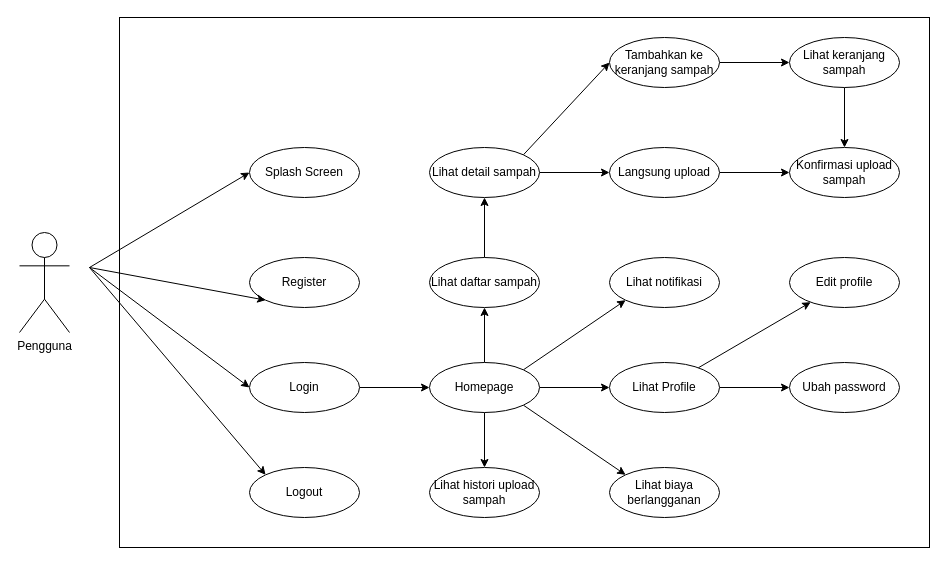
Before: Skripsi - Use case.drawio in ndhruine/Diagram, a draw.io diagram. Source tidied: cells renumbered, new cells numbered last; positions are measured from the earlier drawing's top-left corner, leaving out a move shared by most shapes. Both pictures are drawn from the tidied source at 100%, with x=0, y=0 at pixel (19, 17).
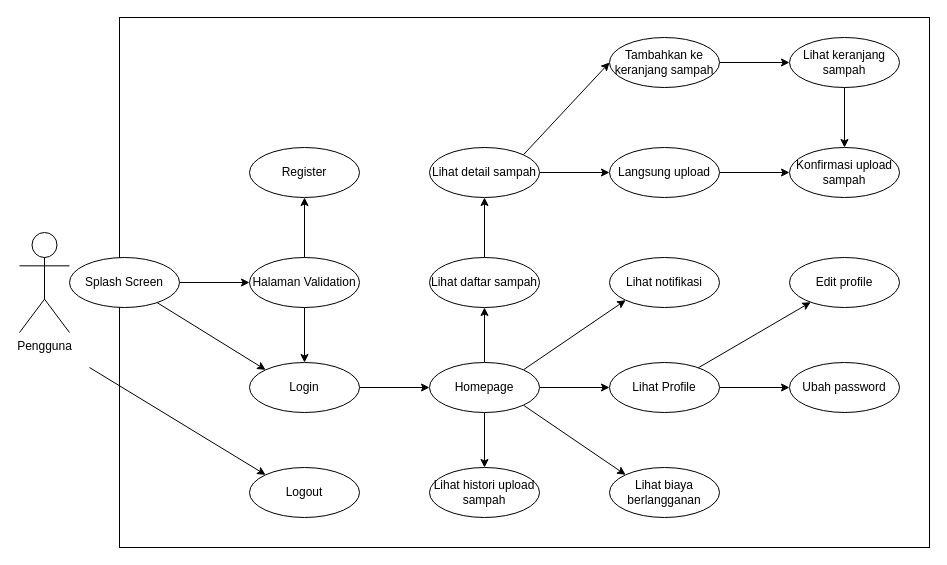
Above is the later version.

The change refers to these unchanged cells:
```xml
<mxCell id="8" value="Login" style="ellipse;whiteSpace=wrap;html=1;" parent="1" vertex="1">
  <mxGeometry x="230" y="345" width="110" height="50" as="geometry" />
</mxCell>
<mxCell id="32" value="Logout" style="ellipse;whiteSpace=wrap;html=1;" parent="1" vertex="1">
  <mxGeometry x="230" y="450" width="110" height="50" as="geometry" />
</mxCell>
```

What changed in the source:
```diff
@@
-    <mxCell id="3" style="rounded=0;jettySize=auto;html=1;entryX=0;entryY=0.5;entryDx=0;entryDy=0;" parent="1" edge="1" target="8">
-      <mxGeometry relative="1" as="geometry">
-        <mxPoint x="70" y="250" as="sourcePoint" />
-      </mxGeometry>
-    </mxCell>
@@
     <mxCell id="33" style="endArrow=classic;html=1;rounded=0;entryX=0;entryY=0;entryDx=0;entryDy=0;" parent="1" edge="1" target="32">
       <mxGeometry relative="1" as="geometry">
-        <mxPoint x="70" y="250" as="sourcePoint" />
+        <mxPoint x="70" y="350" as="sourcePoint" />
       </mxGeometry>
     </mxCell>
     <mxCell id="34" value="Register" style="ellipse;whiteSpace=wrap;html=1;" parent="1" vertex="1">
-      <mxGeometry x="230" y="240" width="110" height="50" as="geometry" />
+      <mxGeometry x="230" y="130" width="110" height="50" as="geometry" />
     </mxCell>
-    <mxCell id="35" style="endArrow=classic;html=1;rounded=0;entryX=0;entryY=1;entryDx=0;entryDy=0;" parent="1" edge="1" target="34">
-      <mxGeometry relative="1" as="geometry">
-        <mxPoint x="70" y="250" as="sourcePoint" />
-      </mxGeometry>
-    </mxCell>
+    <mxCell id="39" style="rounded=0;jettySize=auto;html=1;entryX=0;entryY=0.5;entryDx=0;entryDy=0;exitX=1;exitY=0.5;exitDx=0;exitDy=0;" parent="1" edge="1" source="36" target="43">
+      <mxGeometry relative="1" as="geometry" />
+    </mxCell>
+    <mxCell id="40" style="rounded=0;jettySize=auto;html=1;entryX=0;entryY=0;entryDx=0;entryDy=0;" parent="1" edge="1" source="36" target="8">
+      <mxGeometry relative="1" as="geometry" />
+    </mxCell>
     <mxCell id="36" value="Splash Screen" style="ellipse;whiteSpace=wrap;html=1;" parent="1" vertex="1">
-      <mxGeometry x="230" y="130" width="110" height="50" as="geometry" />
+      <mxGeometry x="50" y="240" width="110" height="50" as="geometry" />
     </mxCell>
-    <mxCell id="37" style="endArrow=classic;html=1;rounded=0;entryX=0;entryY=0.5;entryDx=0;entryDy=0;" parent="1" edge="1" target="36">
-      <mxGeometry relative="1" as="geometry">
-        <mxPoint x="70" y="250" as="sourcePoint" />
-      </mxGeometry>
-    </mxCell>
@@
+    <mxCell id="41" style="edgeStyle=orthogonalEdgeStyle;rounded=0;jettySize=auto;html=1;entryX=0.5;entryY=1;entryDx=0;entryDy=0;" parent="1" edge="1" source="43" target="34">
+      <mxGeometry relative="1" as="geometry" />
+    </mxCell>
+    <mxCell id="42" style="edgeStyle=orthogonalEdgeStyle;rounded=0;jettySize=auto;html=1;exitX=0.5;exitY=1;exitDx=0;exitDy=0;entryX=0.5;entryY=0;entryDx=0;entryDy=0;" parent="1" edge="1" source="43" target="8">
+      <mxGeometry relative="1" as="geometry" />
+    </mxCell>
+    <mxCell id="43" value="Halaman Validation" style="ellipse;whiteSpace=wrap;html=1;" parent="1" vertex="1">
+      <mxGeometry x="230" y="240" width="110" height="50" as="geometry" />
+    </mxCell>
```
